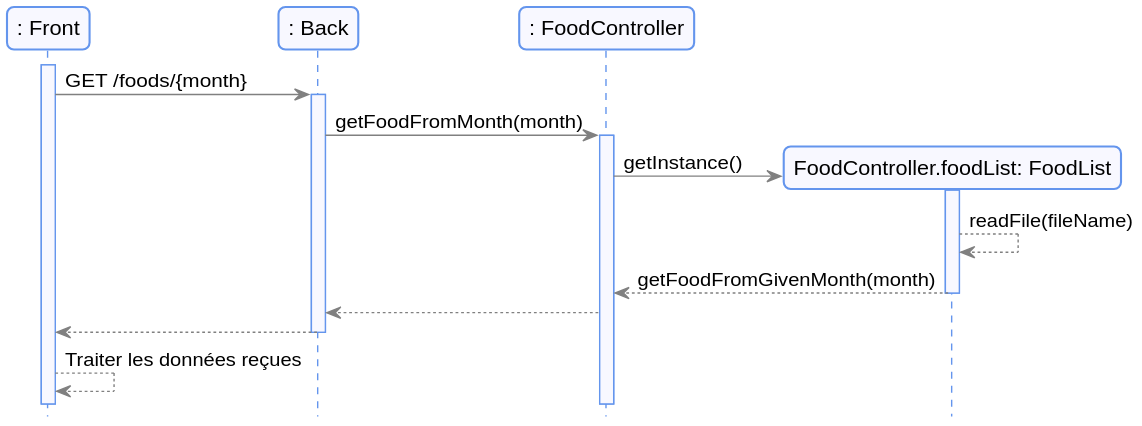
This is docs/diagram/out/monthFilter.svg from romainvacheret/wadge-backend, a PlantUML export, as it was before one commit.
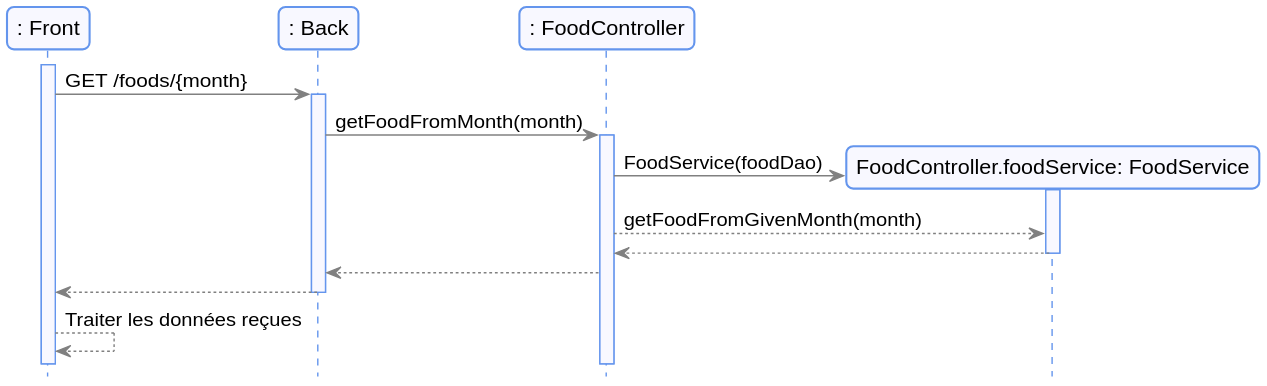
After the commit.

Change to the diagram source:
```diff
@@ -10,12 +10,12 @@
     activate bk
     bk -> fc: getFoodFromMonth(month)
     activate fc
-    create "FoodController.foodList: FoodList" as fd1
-    fc -> fd1: getInstance()
-    activate fd1
-    fd1 --> fd1: readFile(fileName)
-    fd1 --> fc: getFoodFromGivenMonth(month)
-    deactivate fd1
+    create "FoodController.foodService: FoodService" as fs
+    fc -> fs: FoodService(foodDao)
+    activate fs
+    fc --> fs: getFoodFromGivenMonth(month)
+    fs --> fc
+    deactivate fs
     fc --> bk
     bk --> ft
     deactivate bk
```
